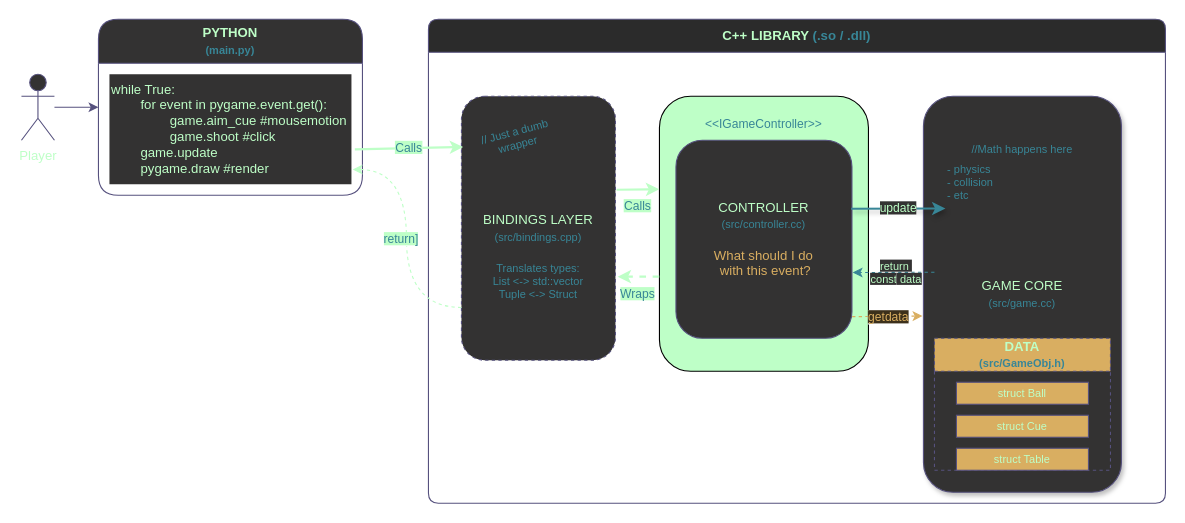
Before: diagrams/architecture.drawio in AI-paca/lab2-TIDI25, a draw.io diagram. Source tidied: cells renumbered, new cells numbered last; positions are measured from the earlier drawing's top-left corner, leaving out a move shared by most shapes. Both pictures are drawn from the tidied source at 110%, with x=0, y=0 at pixel (21, 19).
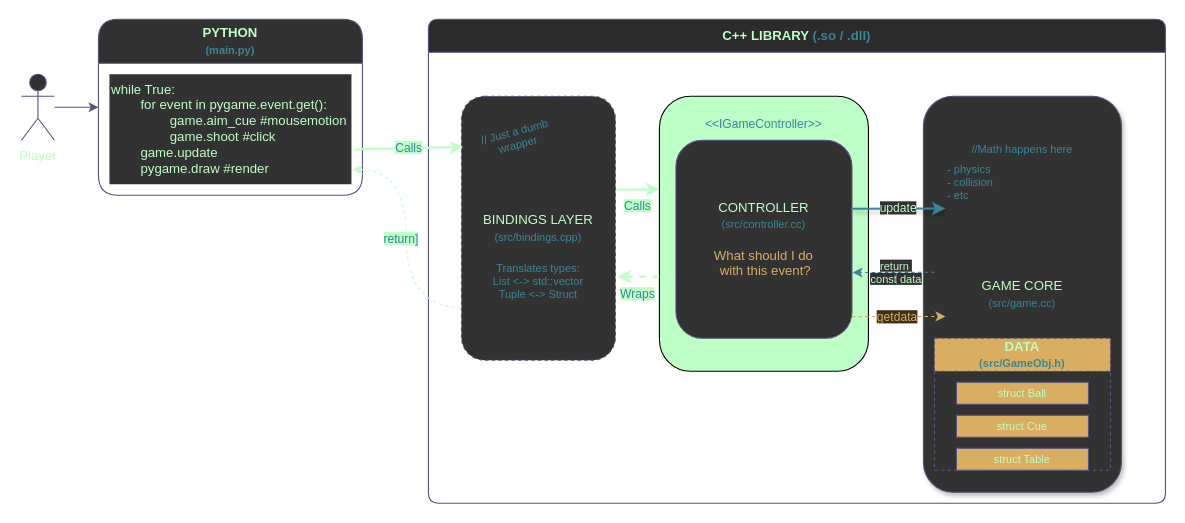
The same page after the edit.

Unchanged cells that the change refers to:
```xml
<mxCell id="5" value="&lt;font style=&quot;color: rgb(190, 255, 199);&quot;&gt;C++ LIBRARY &lt;/font&gt;&lt;font style=&quot;color: rgb(56, 134, 151);&quot;&gt;(.so / .dll)&lt;/font&gt;" style="swimlane;whiteSpace=wrap;html=1;fillColor=#2b2b2b;strokeColor=#56517e;fontColor=#388697;startSize=30;rounded=1;arcSize=10;" parent="1" vertex="1">
  <mxGeometry x="370" width="670" height="440" as="geometry" />
</mxCell>
<mxCell id="10" value="&lt;font style=&quot;color: rgb(190, 255, 199);&quot;&gt;CONTROLLER&lt;/font&gt;&lt;div&gt;&lt;font color=&quot;#388697&quot; size=&quot;1&quot;&gt;(src/controller.cc)&lt;/font&gt;&lt;/div&gt;&lt;div&gt;&lt;font color=&quot;#388697&quot; size=&quot;1&quot;&gt;&lt;br&gt;&lt;/font&gt;&lt;/div&gt;&lt;div&gt;&lt;font style=&quot;color: rgb(217, 174, 97);&quot; size=&quot;1&quot;&gt;&lt;font style=&quot;scrollbar-color: rgb(226, 226, 226) rgb(251, 251, 251); font-size: 12px;&quot;&gt;What should I do&lt;/font&gt;&lt;div style=&quot;scrollbar-color: rgb(226, 226, 226) rgb(251, 251, 251); font-size: 12px;&quot;&gt;&lt;font style=&quot;scrollbar-color: rgb(226, 226, 226) rgb(251, 251, 251);&quot;&gt;&amp;nbsp;with this event?&lt;/font&gt;&lt;/div&gt;&lt;/font&gt;&lt;/div&gt;" style="rounded=1;whiteSpace=wrap;html=1;fillColor=#333232;strokeColor=#56517e;fontColor=#BEFFC7;" parent="5" vertex="1">
  <mxGeometry x="225" y="110" width="160" height="180" as="geometry" />
</mxCell>
<mxCell id="12" value="&lt;font style=&quot;color: rgb(190, 255, 199);&quot;&gt;GAME CORE&lt;/font&gt;&lt;div&gt;&lt;font color=&quot;#388697&quot; size=&quot;1&quot;&gt;(src/game.cc)&lt;/font&gt;&lt;/div&gt;" style="rounded=1;whiteSpace=wrap;html=1;fillColor=#333232;strokeColor=#56517e;fontColor=#BEFFC7;shadow=1;" parent="5" vertex="1">
  <mxGeometry x="450" y="70" width="180" height="360" as="geometry" />
</mxCell>
```

The edit, as a diff of the source:
```diff
@@
-    <mxCell id="24" style="edgeStyle=none;html=1;fontColor=#D9AE61;strokeColor=#D9AE61;dashed=1;exitX=1.001;exitY=0.891;exitDx=0;exitDy=0;exitPerimeter=0;entryX=-0.005;entryY=0.555;entryDx=0;entryDy=0;entryPerimeter=0;" parent="5" edge="1" source="10" target="12">
+    <mxCell id="24" style="edgeStyle=none;html=1;fontColor=#D9AE61;strokeColor=#D9AE61;dashed=1;exitX=1.001;exitY=0.891;exitDx=0;exitDy=0;exitPerimeter=0;entryX=0.111;entryY=0.556;entryDx=0;entryDy=0;entryPerimeter=0;" parent="5" edge="1" source="10" target="12">
       <mxGeometry relative="1" as="geometry" />
     </mxCell>
     <mxCell id="25" value="&lt;font style=&quot;color: rgb(217, 174, 97); background-color: rgb(60, 48, 27);&quot;&gt;getdata&lt;/font&gt;" style="edgeLabel;html=1;align=center;verticalAlign=middle;" parent="24" vertex="1">
-      <mxGeometry relative="1" as="geometry" />
+      <mxGeometry relative="1" as="geometry">
+        <mxPoint x="-2" as="offset" />
+      </mxGeometry>
     </mxCell>
```
